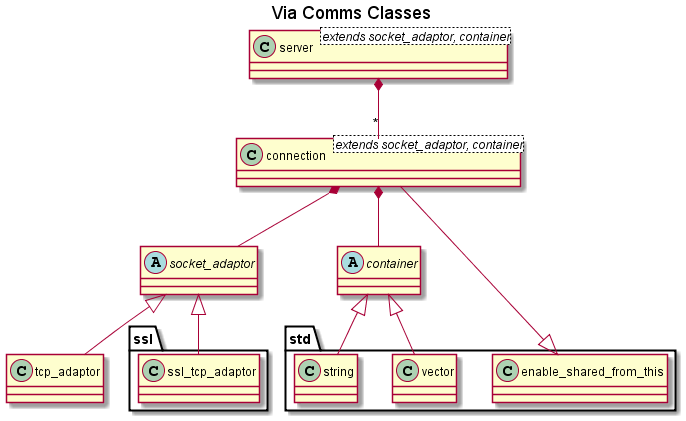
kenba/via-httplib keeps this PlantUML diagram as docs/images/via_comms_classes.png. Above is the earlier version.
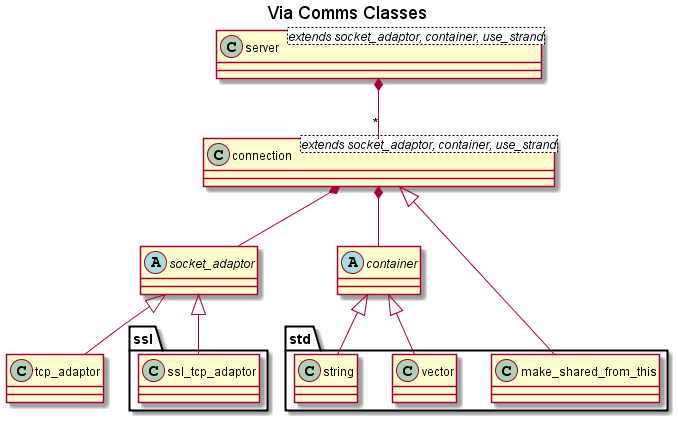
The same file after the commit.

Change to the diagram source:
```diff
@@ -3,13 +3,14 @@
 
 title Via Comms Classes
 
-class server<extends socket_adaptor, container>
+class server<extends socket_adaptor, container, use_strand>
 server *-- "*" connection
 
-class connection<extends socket_adaptor, container>
-connection *-- socket_adaptor
+
+class connection<extends socket_adaptor, container, use_strand>
+connection *--socket_adaptor
 connection *-- container
-connection --|> std.enable_shared_from_this
+connection <|-- std.make_shared_from_this
 
 abstract class socket_adaptor
 socket_adaptor <|-- tcp_adaptor
@@ -19,4 +20,5 @@
 container <|-- std.vector
 container <|-- std.string
 
+
 @enduml
```
